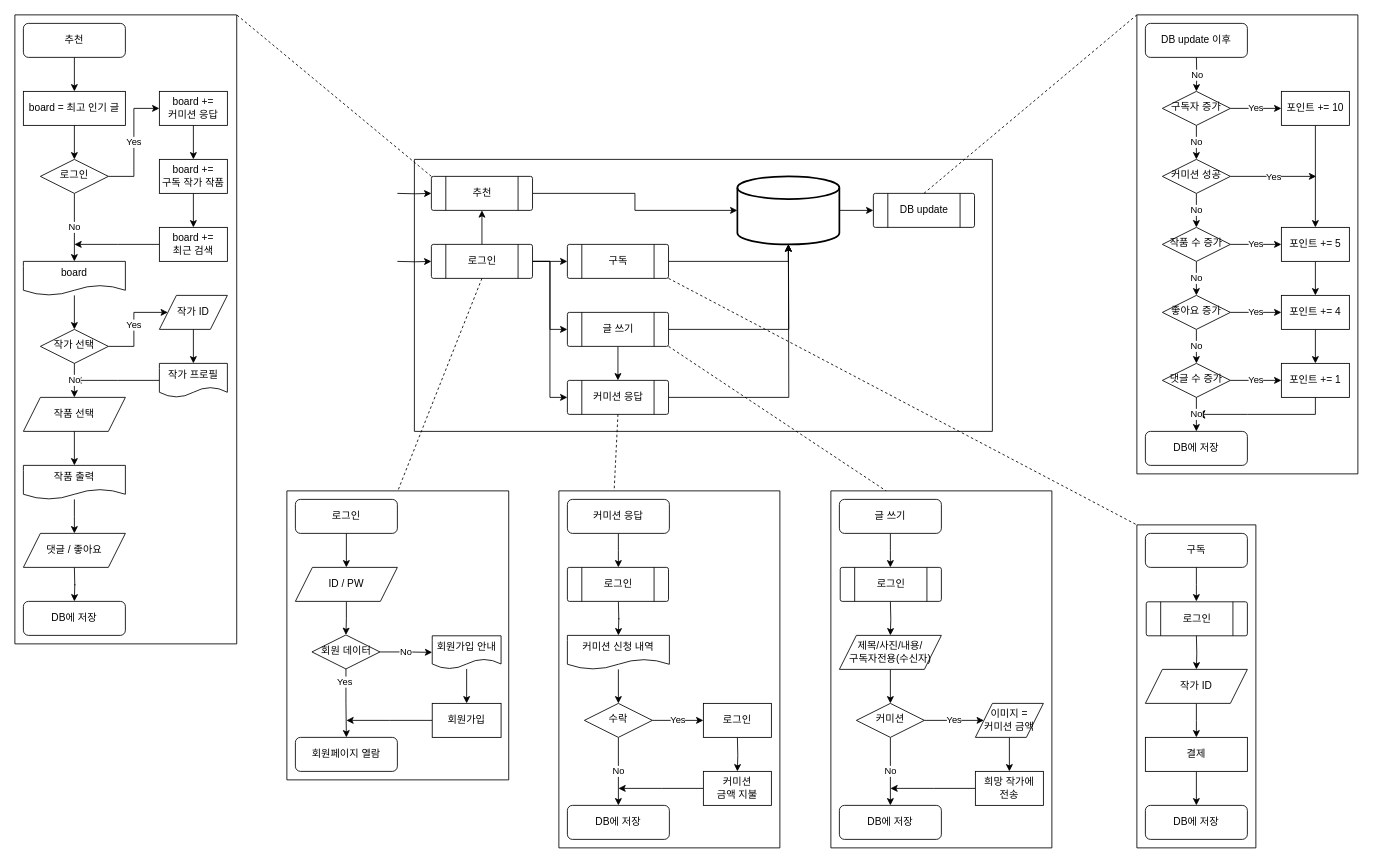
dnjsrl132/barogrim keeps this draw.io diagram as draw/flowchart.drawio. Above is the earlier version. Source tidied: cells renumbered, new cells numbered last; positions are measured from the earlier drawing's top-left corner, leaving out a move shared by most shapes. Both pictures are drawn from the tidied source at 85%, with x=0, y=0 at pixel (14, 14).
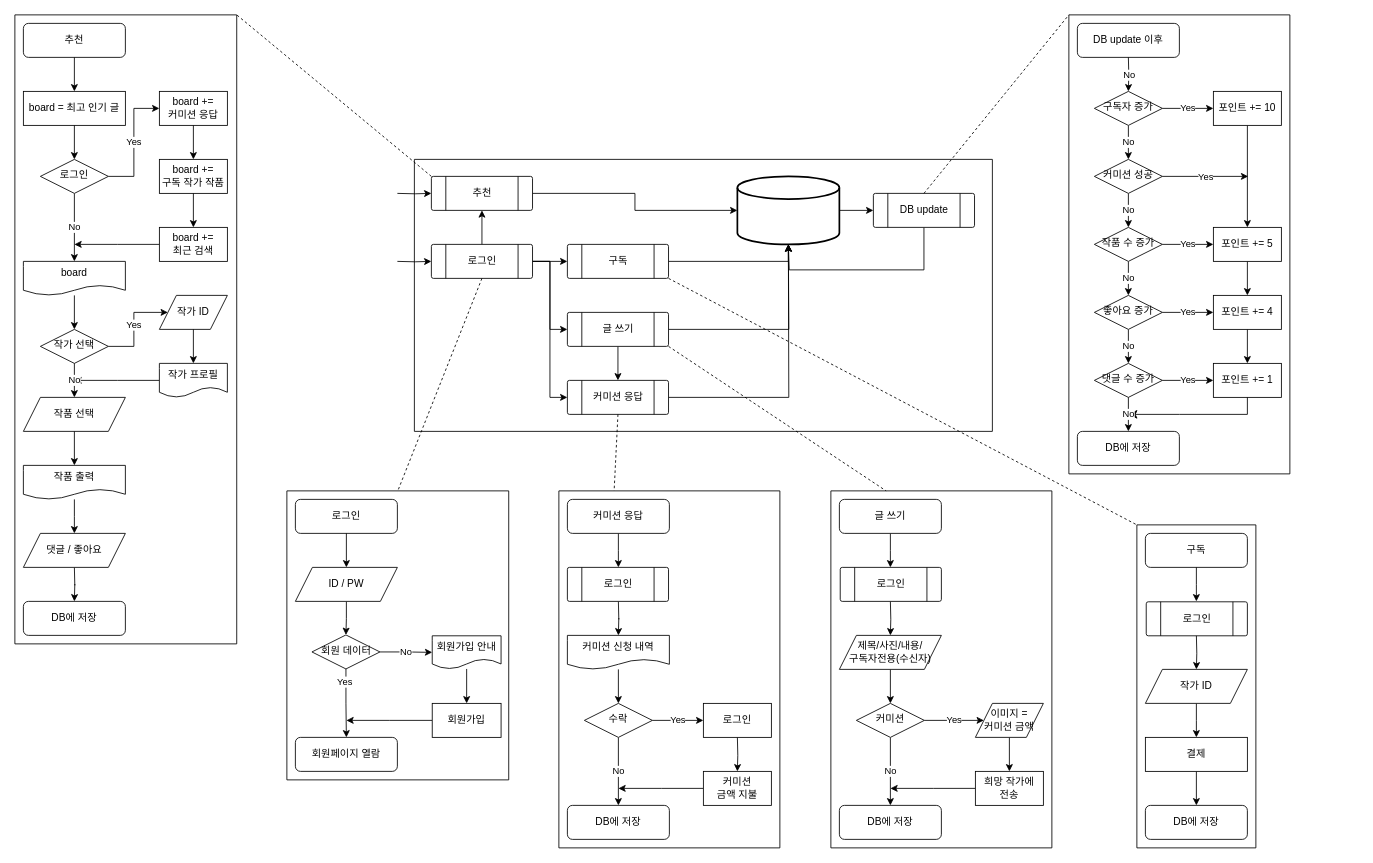
The same page after the edit.

The change refers to these unchanged cells:
```xml
<mxCell id="131" value="DB update" style="verticalLabelPosition=middle;verticalAlign=middle;html=1;shape=process;whiteSpace=wrap;rounded=1;size=0.14;arcSize=6;labelPosition=center;align=center;" parent="1" vertex="1">
  <mxGeometry x="1010" y="210" width="119" height="40" as="geometry" />
</mxCell>
<mxCell id="133" style="strokeWidth=2;html=1;shape=mxgraph.flowchart.database;whiteSpace=wrap;" parent="1" vertex="1">
  <mxGeometry x="850" y="190" width="120" height="80" as="geometry" />
</mxCell>
```

What changed in the source:
```diff
@@
     <mxCell id="77" style="group;" parent="1" vertex="1">
-      <mxGeometry x="1320" width="260" height="540" as="geometry" />
+      <mxGeometry x="1240" width="260" height="540" as="geometry" />
     </mxCell>
@@
+    <mxCell id="142" style="edgeStyle=orthogonalEdgeStyle;rounded=0;jettySize=auto;html=1;entryX=0.5;entryY=1;entryDx=0;entryDy=0;entryPerimeter=0;" parent="1" edge="1" source="131" target="133">
+      <mxGeometry relative="1" as="geometry">
+        <Array as="points">
+          <mxPoint x="1070" y="300" />
+          <mxPoint x="911" y="300" />
+        </Array>
+      </mxGeometry>
+    </mxCell>
```
